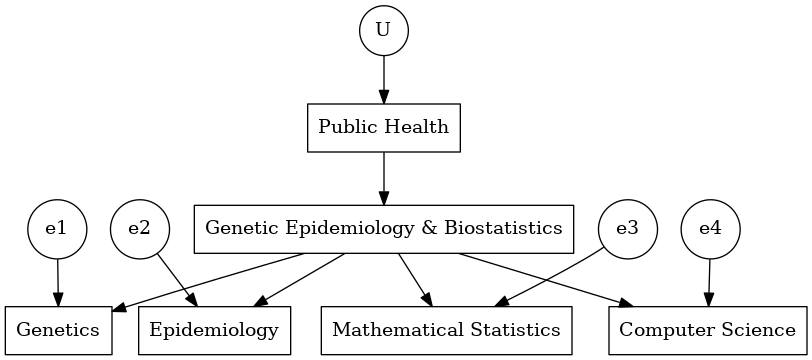
Earlier version of the Graphviz export docs/grViz.png (jinghuazhao/jinghuazhao.github.io). Its source is kept beside it as docs/grViz.gv. The source it was exported from:
```dot
digraph G {
graph [overlap=true]

node [shape=circle]
U; e1; e2; e3; e4

node [shape=box]
A [label="Public Health"]
B [label="Genetic Epidemiology & Biostatistics"]
F1 [label="Genetics"]
F2 [label="Epidemiology"]
F3 [label="Mathematical Statistics"]
F4 [label="Computer Science"]

U -> A
A -> B
e1 -> F1
e2 -> F2
e3 -> F3
e4 -> F4
B -> F1
B -> F2
B -> F3
B -> F4
}
```
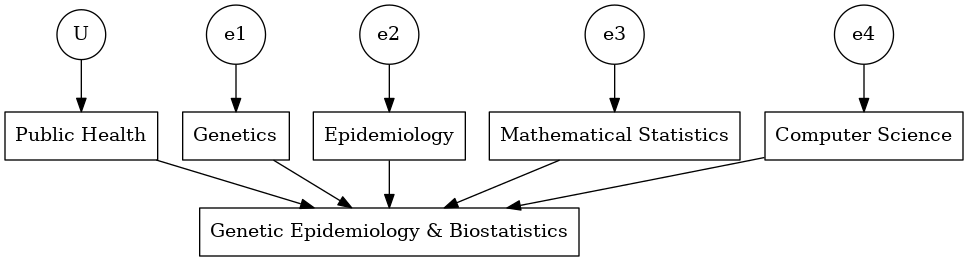
Above is the later version.

Diff of the diagram source:
```diff
@@ -14,12 +14,8 @@
 
 U -> A
 A -> B
-e1 -> F1
-e2 -> F2
-e3 -> F3
-e4 -> F4
-B -> F1
-B -> F2
-B -> F3
-B -> F4
+e1 -> F1 F1 -> B
+e2 -> F2 F2 -> B
+e3 -> F3 F3 -> B
+e4 -> F4 F4 -> B
 }
```
